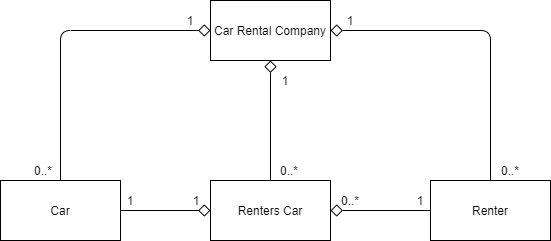
Before: Class Diagrams/Car Rental Company UML class diagram.png, a diagram exported from draw.io (smitbmx/Architecture-Diagrams). Source tidied: cells renumbered, new cells last; positions are measured from the earlier drawing's top-left corner, leaving out a move shared by most shapes.
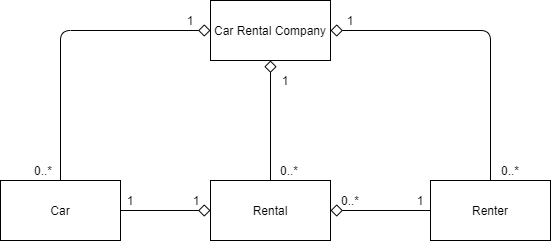
Later version of the same file.

Diff of the diagram source:
```diff
@@ -5,7 +5,7 @@
     <mxCell id="2" value="Car Rental Company" style="rounded=0;whiteSpace=wrap;html=1;" parent="1" vertex="1">
       <mxGeometry x="210" width="120" height="60" as="geometry" />
     </mxCell>
-    <mxCell id="3" value="Renters Car" style="rounded=0;whiteSpace=wrap;html=1;" parent="1" vertex="1">
+    <mxCell id="3" value="Rental" style="rounded=0;whiteSpace=wrap;html=1;" parent="1" vertex="1">
       <mxGeometry x="210" y="180" width="120" height="60" as="geometry" />
     </mxCell>
     <mxCell id="4" value="Car" style="rounded=0;whiteSpace=wrap;html=1;" parent="1" vertex="1">
```
